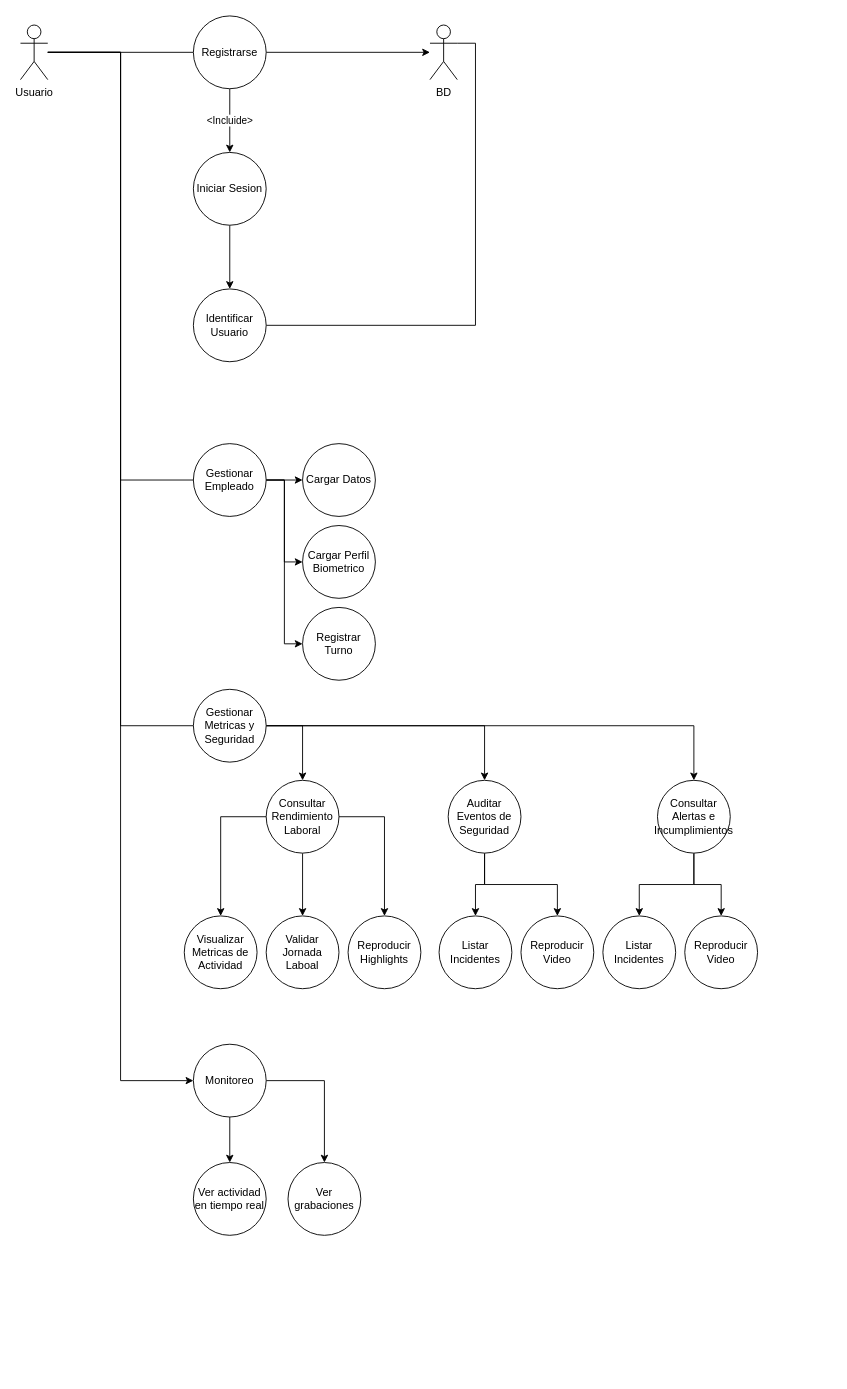
The draw.io diagram Caso de Uso.drawio in Practicas-Profesionalizantes/2026-6-2-Grupo_2--ArgosAI--, before the edit. Source tidied: cells renumbered, new cells numbered last; positions are measured from the earlier drawing's top-left corner, leaving out a move shared by most shapes. Both pictures are drawn from the tidied source at 91%, with x=0, y=0 at pixel (20, 15).
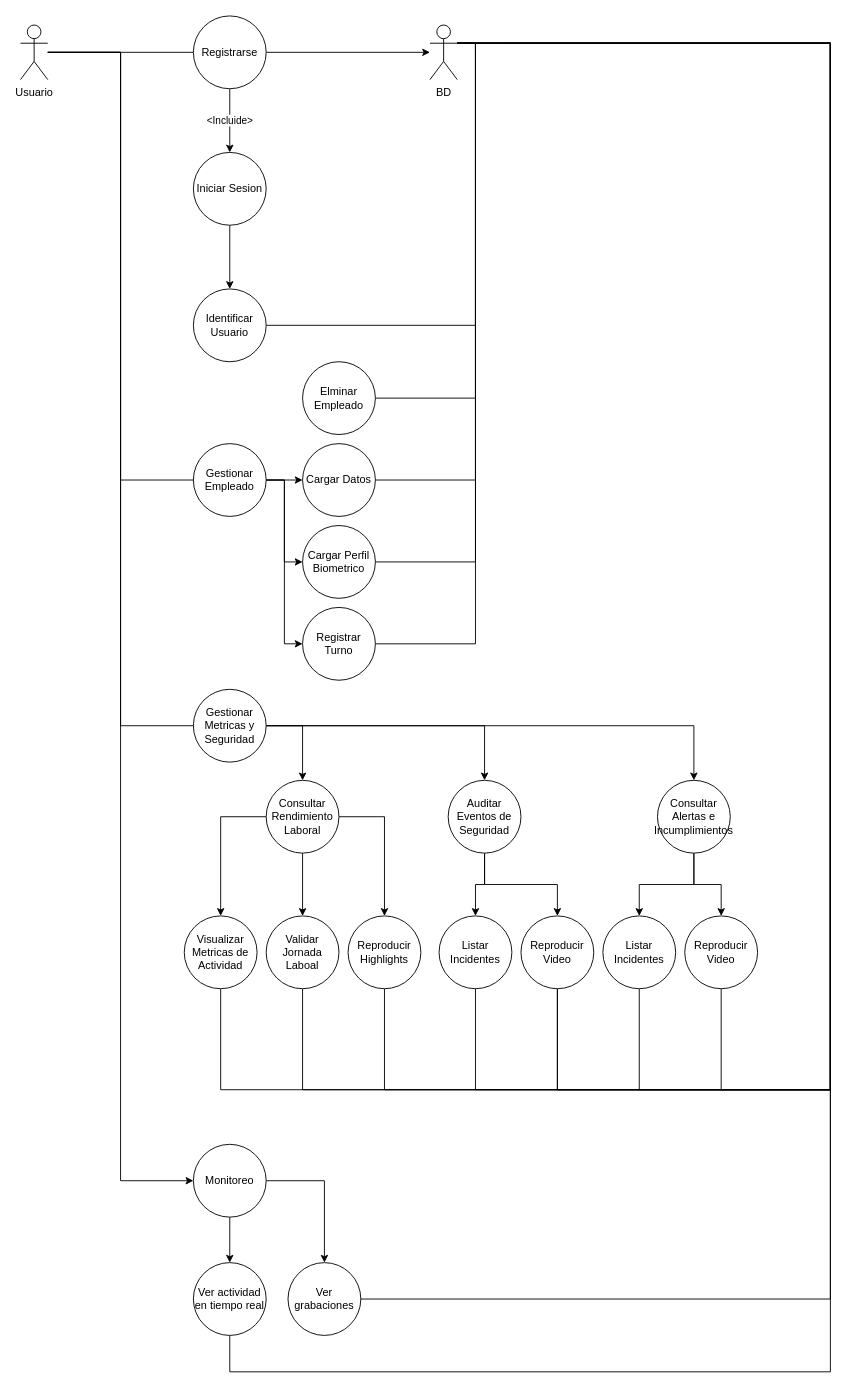
The same page after the edit.

The change refers to these unchanged cells:
```xml
<mxCell id="7" value="BD" style="shape=umlActor;verticalLabelPosition=bottom;verticalAlign=top;html=1;outlineConnect=0;" parent="1" vertex="1">
  <mxGeometry x="450" y="10" width="30" height="60" as="geometry" />
</mxCell>
<mxCell id="19" value="Cargar Datos" style="ellipse;whiteSpace=wrap;html=1;" parent="1" vertex="1">
  <mxGeometry x="310" y="470" width="80" height="80" as="geometry" />
</mxCell>
<mxCell id="20" value="Cargar Perfil Biometrico" style="ellipse;whiteSpace=wrap;html=1;" parent="1" vertex="1">
  <mxGeometry x="310" y="560" width="80" height="80" as="geometry" />
</mxCell>
<mxCell id="21" value="Registrar Turno" style="ellipse;whiteSpace=wrap;html=1;" parent="1" vertex="1">
  <mxGeometry x="310" y="650" width="80" height="80" as="geometry" />
</mxCell>
<mxCell id="36" value="Visualizar Metricas de Actividad" style="ellipse;whiteSpace=wrap;html=1;" parent="1" vertex="1">
  <mxGeometry x="180" y="989" width="80" height="80" as="geometry" />
</mxCell>
<mxCell id="37" value="Validar Jornada Laboal" style="ellipse;whiteSpace=wrap;html=1;" parent="1" vertex="1">
  <mxGeometry x="270" y="989" width="80" height="80" as="geometry" />
</mxCell>
<mxCell id="38" value="Reproducir Highlights" style="ellipse;whiteSpace=wrap;html=1;" parent="1" vertex="1">
  <mxGeometry x="360" y="989" width="80" height="80" as="geometry" />
</mxCell>
<mxCell id="39" value="Listar Incidentes" style="ellipse;whiteSpace=wrap;html=1;" parent="1" vertex="1">
  <mxGeometry x="460" y="989" width="80" height="80" as="geometry" />
</mxCell>
<mxCell id="40" value="Reproducir Video" style="ellipse;whiteSpace=wrap;html=1;" parent="1" vertex="1">
  <mxGeometry x="550" y="989" width="80" height="80" as="geometry" />
</mxCell>
<mxCell id="41" value="Listar Incidentes" style="ellipse;whiteSpace=wrap;html=1;" parent="1" vertex="1">
  <mxGeometry x="640" y="989" width="80" height="80" as="geometry" />
</mxCell>
<mxCell id="42" value="Reproducir Video" style="ellipse;whiteSpace=wrap;html=1;" parent="1" vertex="1">
  <mxGeometry x="730" y="989" width="80" height="80" as="geometry" />
</mxCell>
```

Diff of the diagram source:
```diff
@@
+    <mxCell id="48" style="edgeStyle=orthogonalEdgeStyle;rounded=0;jettySize=auto;html=1;entryX=1;entryY=0.3333333333333333;entryDx=0;entryDy=0;entryPerimeter=0;endArrow=none;endFill=0;" parent="1" edge="1" source="19" target="7">
+      <mxGeometry relative="1" as="geometry" />
+    </mxCell>
@@
+    <mxCell id="49" style="edgeStyle=orthogonalEdgeStyle;rounded=0;jettySize=auto;html=1;entryX=1;entryY=0.3333333333333333;entryDx=0;entryDy=0;entryPerimeter=0;endArrow=none;endFill=0;" parent="1" edge="1" source="20" target="7">
+      <mxGeometry relative="1" as="geometry" />
+    </mxCell>
@@
+    <mxCell id="50" style="edgeStyle=orthogonalEdgeStyle;rounded=0;jettySize=auto;html=1;entryX=1;entryY=0.3333333333333333;entryDx=0;entryDy=0;entryPerimeter=0;endArrow=none;endFill=0;" parent="1" edge="1" source="21" target="7">
+      <mxGeometry relative="1" as="geometry" />
+    </mxCell>
@@
+    <mxCell id="51" style="edgeStyle=orthogonalEdgeStyle;rounded=0;jettySize=auto;html=1;endArrow=none;endFill=0;" parent="1" edge="1" source="36">
+      <mxGeometry relative="1" as="geometry">
+        <mxPoint x="480" y="30" as="targetPoint" />
+        <Array as="points">
+          <mxPoint x="220" y="1180" />
+          <mxPoint x="890" y="1180" />
+          <mxPoint x="890" y="30" />
+        </Array>
+      </mxGeometry>
+    </mxCell>
@@
+    <mxCell id="52" style="edgeStyle=orthogonalEdgeStyle;rounded=0;jettySize=auto;html=1;entryX=1;entryY=0.3333333333333333;entryDx=0;entryDy=0;entryPerimeter=0;endArrow=none;endFill=0;" parent="1" edge="1" source="37" target="7">
+      <mxGeometry relative="1" as="geometry">
+        <Array as="points">
+          <mxPoint x="310" y="1180" />
+          <mxPoint x="890" y="1180" />
+          <mxPoint x="890" y="30" />
+        </Array>
+      </mxGeometry>
+    </mxCell>
@@
+    <mxCell id="53" style="edgeStyle=orthogonalEdgeStyle;rounded=0;jettySize=auto;html=1;entryX=1;entryY=0.3333333333333333;entryDx=0;entryDy=0;entryPerimeter=0;endArrow=none;endFill=0;" parent="1" edge="1" source="38" target="7">
+      <mxGeometry relative="1" as="geometry">
+        <Array as="points">
+          <mxPoint x="400" y="1180" />
+          <mxPoint x="890" y="1180" />
+          <mxPoint x="890" y="30" />
+        </Array>
+      </mxGeometry>
+    </mxCell>
@@
+    <mxCell id="54" style="edgeStyle=orthogonalEdgeStyle;rounded=0;jettySize=auto;html=1;endArrow=none;endFill=0;" parent="1" edge="1" source="39">
+      <mxGeometry relative="1" as="geometry">
+        <mxPoint x="500" y="40" as="targetPoint" />
+        <Array as="points">
+          <mxPoint x="500" y="1180" />
+          <mxPoint x="890" y="1180" />
+          <mxPoint x="890" y="30" />
+          <mxPoint x="500" y="30" />
+        </Array>
+      </mxGeometry>
+    </mxCell>
@@
+    <mxCell id="55" style="edgeStyle=orthogonalEdgeStyle;rounded=0;jettySize=auto;html=1;endArrow=none;endFill=0;exitX=0.5;exitY=1;exitDx=0;exitDy=0;" parent="1" edge="1" source="42">
+      <mxGeometry relative="1" as="geometry">
+        <mxPoint x="480" y="30" as="targetPoint" />
+        <Array as="points">
+          <mxPoint x="770" y="1180" />
+          <mxPoint x="890" y="1180" />
+          <mxPoint x="890" y="30" />
+        </Array>
+      </mxGeometry>
+    </mxCell>
+    <mxCell id="56" style="edgeStyle=orthogonalEdgeStyle;rounded=0;jettySize=auto;html=1;endArrow=none;endFill=0;" parent="1" edge="1" source="40">
+      <mxGeometry relative="1" as="geometry">
+        <mxPoint x="500" y="30" as="targetPoint" />
+        <Array as="points">
+          <mxPoint x="590" y="1180" />
+          <mxPoint x="890" y="1180" />
+          <mxPoint x="890" y="30" />
+        </Array>
+      </mxGeometry>
+    </mxCell>
+    <mxCell id="57" style="edgeStyle=orthogonalEdgeStyle;rounded=0;jettySize=auto;html=1;entryX=1;entryY=0.3333333333333333;entryDx=0;entryDy=0;entryPerimeter=0;endArrow=none;endFill=0;" parent="1" edge="1" source="40" target="7">
+      <mxGeometry relative="1" as="geometry">
+        <Array as="points">
+          <mxPoint x="590" y="1180" />
+          <mxPoint x="890" y="1180" />
+          <mxPoint x="890" y="30" />
+        </Array>
+      </mxGeometry>
+    </mxCell>
@@
+    <mxCell id="58" style="edgeStyle=orthogonalEdgeStyle;rounded=0;jettySize=auto;html=1;entryX=1;entryY=0.3333333333333333;entryDx=0;entryDy=0;entryPerimeter=0;endArrow=none;endFill=0;" parent="1" edge="1" source="41" target="7">
+      <mxGeometry relative="1" as="geometry">
+        <Array as="points">
+          <mxPoint x="680" y="1180" />
+          <mxPoint x="890" y="1180" />
+          <mxPoint x="890" y="30" />
+        </Array>
+      </mxGeometry>
+    </mxCell>
@@
     <mxCell id="45" value="Monitoreo" style="ellipse;whiteSpace=wrap;html=1;" parent="1" vertex="1">
-      <mxGeometry x="190" y="1130" width="80" height="80" as="geometry" />
+      <mxGeometry x="190" y="1240" width="80" height="80" as="geometry" />
     </mxCell>
+    <mxCell id="59" style="edgeStyle=orthogonalEdgeStyle;rounded=0;jettySize=auto;html=1;entryX=1;entryY=0.3333333333333333;entryDx=0;entryDy=0;entryPerimeter=0;endArrow=none;endFill=0;" parent="1" edge="1" source="46" target="7">
+      <mxGeometry relative="1" as="geometry">
+        <Array as="points">
+          <mxPoint x="230" y="1490" />
+          <mxPoint x="890" y="1490" />
+          <mxPoint x="890" y="30" />
+        </Array>
+      </mxGeometry>
+    </mxCell>
     <mxCell id="46" value="Ver actividad en tiempo real" style="ellipse;whiteSpace=wrap;html=1;" parent="1" vertex="1">
-      <mxGeometry x="190" y="1260" width="80" height="80" as="geometry" />
+      <mxGeometry x="190" y="1370" width="80" height="80" as="geometry" />
     </mxCell>
+    <mxCell id="60" style="edgeStyle=orthogonalEdgeStyle;rounded=0;jettySize=auto;html=1;endArrow=none;endFill=0;" parent="1" edge="1" source="47">
+      <mxGeometry relative="1" as="geometry">
+        <mxPoint x="530" y="30" as="targetPoint" />
+        <Array as="points">
+          <mxPoint x="890" y="1410" />
+          <mxPoint x="890" y="30" />
+        </Array>
+      </mxGeometry>
+    </mxCell>
     <mxCell id="47" value="Ver grabaciones" style="ellipse;whiteSpace=wrap;html=1;" parent="1" vertex="1">
-      <mxGeometry x="294" y="1260" width="80" height="80" as="geometry" />
+      <mxGeometry x="294" y="1370" width="80" height="80" as="geometry" />
     </mxCell>
+    <mxCell id="61" style="edgeStyle=orthogonalEdgeStyle;rounded=0;jettySize=auto;html=1;endArrow=none;endFill=0;" parent="1" edge="1" source="62">
+      <mxGeometry relative="1" as="geometry">
+        <mxPoint x="490" y="30" as="targetPoint" />
+        <Array as="points">
+          <mxPoint x="500" y="420" />
+          <mxPoint x="500" y="30" />
+        </Array>
+      </mxGeometry>
+    </mxCell>
+    <mxCell id="62" value="Elminar Empleado" style="ellipse;whiteSpace=wrap;html=1;" parent="1" vertex="1">
+      <mxGeometry x="310" y="380" width="80" height="80" as="geometry" />
+    </mxCell>
```
